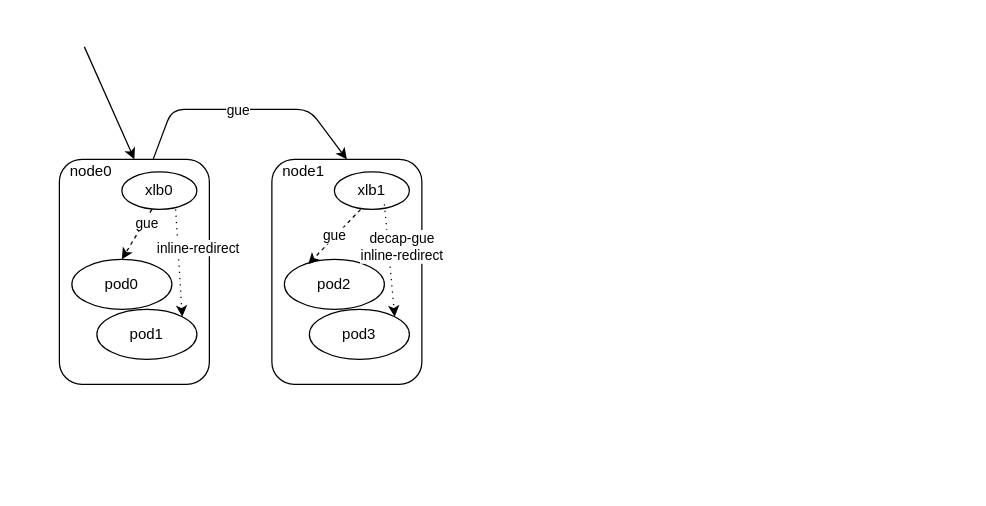
The draw.io diagram xlb-inline-redirect.drawio in AirbornWdd/doc, before the edit. Source tidied: cells renumbered, new cells numbered last; positions are measured from the earlier drawing's top-left corner, leaving out a move shared by most shapes. Both pictures are drawn from the tidied source at 125%, with x=0, y=0 at pixel (59, 46).
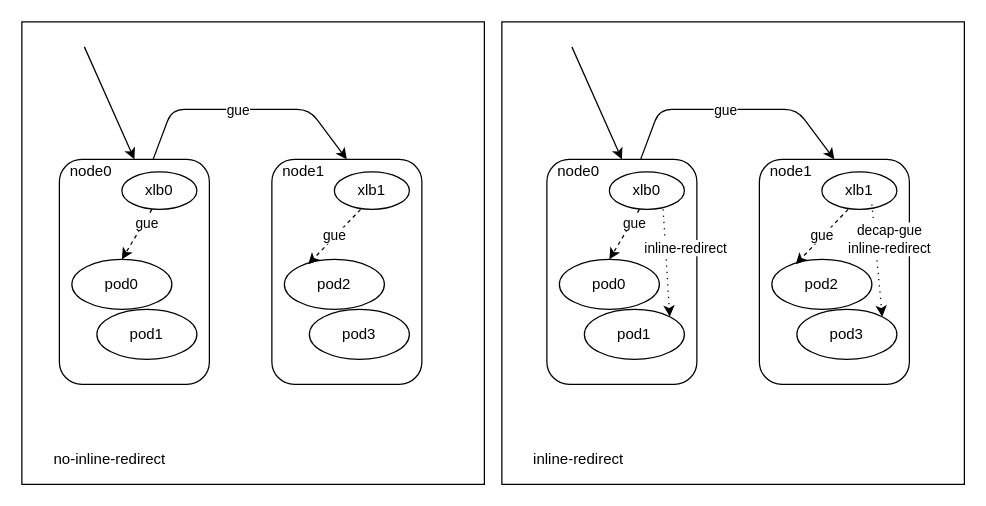
After the change.

Unchanged cells that the change refers to:
```xml
<mxCell id="7" value="pod1" style="ellipse;whiteSpace=wrap;html=1;" parent="1" vertex="1">
  <mxGeometry x="30" y="210" width="80" height="40" as="geometry" />
</mxCell>
<mxCell id="9" value="pod3" style="ellipse;whiteSpace=wrap;html=1;" parent="1" vertex="1">
  <mxGeometry x="200" y="210" width="80" height="40" as="geometry" />
</mxCell>
<mxCell id="10" value="xlb0" style="ellipse;whiteSpace=wrap;html=1;" parent="1" vertex="1">
  <mxGeometry x="50" y="100" width="60" height="30" as="geometry" />
</mxCell>
```

What changed in the source:
```diff
@@
+    <mxCell id="23" style="whiteSpace=wrap;html=1;" parent="1" vertex="1">
+      <mxGeometry x="354" y="-20" width="370" height="370" as="geometry" />
+    </mxCell>
+    <mxCell id="24" style="whiteSpace=wrap;html=1;" parent="1" vertex="1">
+      <mxGeometry x="-30" y="-20" width="370" height="370" as="geometry" />
+    </mxCell>
@@
-    <mxCell id="17" style="endArrow=classic;html=1;entryX=1;entryY=0;entryDx=0;entryDy=0;dashed=1;exitX=0.717;exitY=1;exitDx=0;exitDy=0;exitPerimeter=0;dashPattern=1 4;" parent="1" edge="1" source="10" target="7">
-      <mxGeometry relative="1" as="geometry" />
-    </mxCell>
-    <mxCell id="18" value="inline-redirect" style="edgeLabel;html=1;align=center;verticalAlign=middle;" parent="17" vertex="1">
-      <mxGeometry x="-0.09" y="2" relative="1" as="geometry">
-        <mxPoint x="12.6" y="-8.8" as="offset" />
-      </mxGeometry>
-    </mxCell>
-    <mxCell id="19" style="endArrow=classic;html=1;entryX=1;entryY=0;entryDx=0;entryDy=0;dashed=1;dashPattern=1 4;" parent="1" edge="1" target="9">
-      <mxGeometry relative="1" as="geometry">
-        <mxPoint x="260" y="126" as="sourcePoint" />
-      </mxGeometry>
-    </mxCell>
-    <mxCell id="20" value="decap-gue&lt;br&gt;inline-redirect" style="edgeLabel;html=1;align=center;verticalAlign=middle;" parent="19" vertex="1">
-      <mxGeometry x="-0.09" y="2" relative="1" as="geometry">
-        <mxPoint x="8.1" y="-6.7" as="offset" />
-      </mxGeometry>
-    </mxCell>
@@
+    <mxCell id="25" style="rounded=1;whiteSpace=wrap;html=1;" parent="1" vertex="1">
+      <mxGeometry x="390" y="90" width="120" height="180" as="geometry" />
+    </mxCell>
+    <mxCell id="26" value="node0" style="text;html=1;align=center;verticalAlign=middle;" parent="1" vertex="1">
+      <mxGeometry x="390" y="90" width="50" height="20" as="geometry" />
+    </mxCell>
+    <mxCell id="27" style="rounded=1;whiteSpace=wrap;html=1;" parent="1" vertex="1">
+      <mxGeometry x="560" y="90" width="120" height="180" as="geometry" />
+    </mxCell>
+    <mxCell id="28" value="node1" style="text;html=1;align=center;verticalAlign=middle;" parent="1" vertex="1">
+      <mxGeometry x="560" y="90" width="50" height="20" as="geometry" />
+    </mxCell>
+    <mxCell id="29" value="pod0" style="ellipse;whiteSpace=wrap;html=1;" parent="1" vertex="1">
+      <mxGeometry x="400" y="170" width="80" height="40" as="geometry" />
+    </mxCell>
+    <mxCell id="30" value="pod1" style="ellipse;whiteSpace=wrap;html=1;" parent="1" vertex="1">
+      <mxGeometry x="420" y="210" width="80" height="40" as="geometry" />
+    </mxCell>
+    <mxCell id="31" value="pod2" style="ellipse;whiteSpace=wrap;html=1;" parent="1" vertex="1">
+      <mxGeometry x="570" y="170" width="80" height="40" as="geometry" />
+    </mxCell>
+    <mxCell id="32" value="pod3" style="ellipse;whiteSpace=wrap;html=1;" parent="1" vertex="1">
+      <mxGeometry x="590" y="210" width="80" height="40" as="geometry" />
+    </mxCell>
+    <mxCell id="33" value="xlb0" style="ellipse;whiteSpace=wrap;html=1;" parent="1" vertex="1">
+      <mxGeometry x="440" y="100" width="60" height="30" as="geometry" />
+    </mxCell>
+    <mxCell id="34" value="xlb1" style="ellipse;whiteSpace=wrap;html=1;" parent="1" vertex="1">
+      <mxGeometry x="610" y="100" width="60" height="30" as="geometry" />
+    </mxCell>
+    <mxCell id="35" style="endArrow=classic;html=1;entryX=0.5;entryY=0;entryDx=0;entryDy=0;" parent="1" edge="1" target="25">
+      <mxGeometry relative="1" as="geometry">
+        <mxPoint x="410" as="sourcePoint" />
+      </mxGeometry>
+    </mxCell>
+    <mxCell id="36" style="endArrow=classic;html=1;entryX=0.5;entryY=0;entryDx=0;entryDy=0;dashed=1;exitX=0.4;exitY=1;exitDx=0;exitDy=0;exitPerimeter=0;" parent="1" edge="1" source="33" target="29">
+      <mxGeometry relative="1" as="geometry" />
+    </mxCell>
+    <mxCell id="37" value="gue" style="edgeLabel;html=1;align=center;verticalAlign=middle;" parent="36" vertex="1">
+      <mxGeometry x="-0.1" relative="1" as="geometry">
+        <mxPoint x="6.8" y="-8" as="offset" />
+      </mxGeometry>
+    </mxCell>
+    <mxCell id="38" style="endArrow=classic;html=1;entryX=0.5;entryY=0;entryDx=0;entryDy=0;" parent="1" edge="1" target="27">
+      <mxGeometry relative="1" as="geometry">
+        <mxPoint x="465" y="90" as="sourcePoint" />
+        <Array as="points">
+          <mxPoint x="480" y="50" />
+          <mxPoint x="590" y="50" />
+        </Array>
+      </mxGeometry>
+    </mxCell>
+    <mxCell id="39" value="gue" style="edgeLabel;html=1;align=center;verticalAlign=middle;" parent="38" vertex="1">
+      <mxGeometry x="-0.06" relative="1" as="geometry" />
+    </mxCell>
+    <mxCell id="40" style="endArrow=classic;html=1;entryX=1;entryY=0;entryDx=0;entryDy=0;dashed=1;exitX=0.717;exitY=1;exitDx=0;exitDy=0;exitPerimeter=0;dashPattern=1 4;" parent="1" edge="1" source="33" target="30">
+      <mxGeometry relative="1" as="geometry" />
+    </mxCell>
+    <mxCell id="18" value="inline-redirect" style="edgeLabel;html=1;align=center;verticalAlign=middle;" parent="40" vertex="1">
+      <mxGeometry x="-0.09" y="2" relative="1" as="geometry">
+        <mxPoint x="12.6" y="-8.8" as="offset" />
+      </mxGeometry>
+    </mxCell>
+    <mxCell id="41" style="endArrow=classic;html=1;entryX=1;entryY=0;entryDx=0;entryDy=0;dashed=1;dashPattern=1 4;" parent="1" edge="1" target="32">
+      <mxGeometry relative="1" as="geometry">
+        <mxPoint x="650" y="126" as="sourcePoint" />
+      </mxGeometry>
+    </mxCell>
+    <mxCell id="20" value="decap-gue&lt;br&gt;inline-redirect" style="edgeLabel;html=1;align=center;verticalAlign=middle;" parent="41" vertex="1">
+      <mxGeometry x="-0.09" y="2" relative="1" as="geometry">
+        <mxPoint x="8.1" y="-13.6" as="offset" />
+      </mxGeometry>
+    </mxCell>
+    <mxCell id="42" style="endArrow=classic;html=1;entryX=0.238;entryY=0.1;entryDx=0;entryDy=0;dashed=1;exitX=0.35;exitY=1;exitDx=0;exitDy=0;exitPerimeter=0;entryPerimeter=0;" parent="1" edge="1" source="34" target="31">
+      <mxGeometry relative="1" as="geometry" />
+    </mxCell>
+    <mxCell id="43" value="gue" style="edgeLabel;html=1;align=center;verticalAlign=middle;" parent="42" vertex="1">
+      <mxGeometry x="-0.1" relative="1" as="geometry">
+        <mxPoint x="-2.4" y="0.5" as="offset" />
+      </mxGeometry>
+    </mxCell>
+    <mxCell id="44" value="inline-redirect" style="text;html=1;align=center;verticalAlign=middle;" parent="1" vertex="1">
+      <mxGeometry x="370" y="320" width="90" height="20" as="geometry" />
+    </mxCell>
+    <mxCell id="45" value="no-inline-redirect" style="text;html=1;align=center;verticalAlign=middle;" parent="1" vertex="1">
+      <mxGeometry x="-10" y="320" width="100" height="20" as="geometry" />
+    </mxCell>
```
